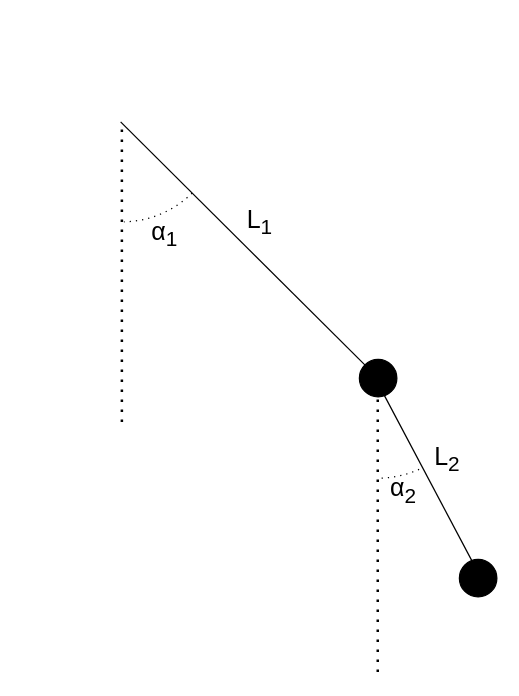
The draw.io diagram pendulum.drawio in Inky19/double-pendulum, before the edit. Source tidied: cells renumbered, new cells numbered last; positions are measured from the earlier drawing's top-left corner, leaving out a move shared by most shapes. Both pictures are drawn from the tidied source at 125%, with x=0, y=0 at pixel (21, 21).
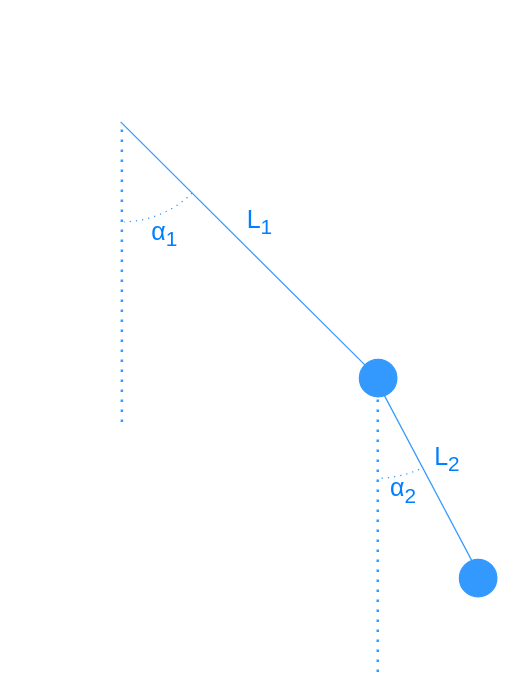
The same diagram, later.

The edit, as a diff of the source:
```diff
@@
 <mxGraphModel>
   <root>
     <mxCell id="0" />
     <mxCell id="1" parent="0" />
-    <mxCell id="2" style="endArrow=none;html=1;" parent="1" edge="1">
+    <mxCell id="2" style="endArrow=none;html=1;strokeColor=#3399FF;" parent="1" edge="1">
       <mxGeometry relative="1" as="geometry">
         <mxPoint x="280" y="280" as="sourcePoint" />
         <mxPoint x="79" y="80" as="targetPoint" />
       </mxGeometry>
     </mxCell>
-    <mxCell id="3" style="ellipse;whiteSpace=wrap;html=1;fillColor=#000000;" parent="1" vertex="1">
+    <mxCell id="3" style="ellipse;whiteSpace=wrap;html=1;fillColor=#3399FF;strokeColor=#3399FF;" parent="1" vertex="1">
       <mxGeometry x="270" y="270" width="30" height="30" as="geometry" />
     </mxCell>
-    <mxCell id="4" style="endArrow=none;dashed=1;html=1;dashPattern=1 3;strokeWidth=2;" parent="1" edge="1">
+    <mxCell id="4" style="endArrow=none;dashed=1;html=1;dashPattern=1 3;strokeWidth=2;strokeColor=#3399FF;" parent="1" edge="1">
       <mxGeometry relative="1" as="geometry">
         <mxPoint x="80" y="320" as="sourcePoint" />
         <mxPoint x="80" y="80" as="targetPoint" />
       </mxGeometry>
     </mxCell>
-    <mxCell id="5" style="verticalLabelPosition=bottom;verticalAlign=top;html=1;shape=mxgraph.basic.arc;startAngle=0.37614497983722867;endAngle=0.49675239075581273;fillColor=#FFFFFF;dashed=1;dashPattern=1 4;" parent="1" vertex="1">
+    <mxCell id="5" style="verticalLabelPosition=bottom;verticalAlign=top;html=1;shape=mxgraph.basic.arc;startAngle=0.37614497983722867;endAngle=0.49675239075581273;fillColor=#FFFFFF;dashed=1;dashPattern=1 4;strokeColor=#3399FF;" parent="1" vertex="1">
       <mxGeometry width="160" height="160" as="geometry" />
     </mxCell>
-    <mxCell id="6" value="&lt;font style=&quot;font-size: 20px&quot;&gt;α&lt;sub&gt;1&lt;/sub&gt;&lt;/font&gt;" style="text;html=1;align=center;verticalAlign=middle;strokeColor=none;fillColor=none;" parent="1" vertex="1">
+    <mxCell id="6" value="&lt;font style=&quot;font-size: 20px&quot;&gt;α&lt;sub&gt;1&lt;/sub&gt;&lt;/font&gt;" style="text;html=1;align=center;verticalAlign=middle;strokeColor=none;fillColor=none;fontColor=#007FFF;" parent="1" vertex="1">
       <mxGeometry x="94" y="155" width="40" height="30" as="geometry" />
     </mxCell>
-    <mxCell id="7" style="endArrow=none;dashed=1;html=1;dashPattern=1 3;strokeWidth=2;" parent="1" edge="1">
+    <mxCell id="7" style="endArrow=none;dashed=1;html=1;dashPattern=1 3;strokeWidth=2;strokeColor=#3399FF;" parent="1" edge="1">
       <mxGeometry relative="1" as="geometry">
         <mxPoint x="284.7" y="520" as="sourcePoint" />
         <mxPoint x="284.7" y="280" as="targetPoint" />
       </mxGeometry>
     </mxCell>
-    <mxCell id="8" style="endArrow=none;html=1;" parent="1" edge="1">
+    <mxCell id="8" style="endArrow=none;html=1;strokeColor=#3399FF;" parent="1" edge="1">
       <mxGeometry relative="1" as="geometry">
         <mxPoint x="370" y="450" as="sourcePoint" />
         <mxPoint x="280" y="280" as="targetPoint" />
       </mxGeometry>
     </mxCell>
-    <mxCell id="9" style="verticalLabelPosition=bottom;verticalAlign=top;html=1;shape=mxgraph.basic.arc;startAngle=0.43277507891344863;endAngle=0.49675239075581273;fillColor=#FFFFFF;dashed=1;dashPattern=1 4;" parent="1" vertex="1">
+    <mxCell id="9" style="verticalLabelPosition=bottom;verticalAlign=top;html=1;shape=mxgraph.basic.arc;startAngle=0.43277507891344863;endAngle=0.49675239075581273;fillColor=#FFFFFF;dashed=1;dashPattern=1 4;strokeColor=#3399FF;" parent="1" vertex="1">
       <mxGeometry x="205" y="205" width="160" height="160" as="geometry" />
     </mxCell>
-    <mxCell id="10" style="ellipse;whiteSpace=wrap;html=1;fillColor=#000000;" parent="1" vertex="1">
+    <mxCell id="10" style="ellipse;whiteSpace=wrap;html=1;fillColor=#3399FF;strokeColor=#3399FF;" parent="1" vertex="1">
       <mxGeometry x="350" y="430" width="30" height="30" as="geometry" />
     </mxCell>
-    <mxCell id="11" value="&lt;font style=&quot;font-size: 20px&quot;&gt;α&lt;sub&gt;2&lt;/sub&gt;&lt;/font&gt;" style="text;html=1;align=center;verticalAlign=middle;strokeColor=none;fillColor=none;" parent="1" vertex="1">
+    <mxCell id="11" value="&lt;font style=&quot;font-size: 20px&quot;&gt;α&lt;sub&gt;2&lt;/sub&gt;&lt;/font&gt;" style="text;html=1;align=center;verticalAlign=middle;strokeColor=none;fillColor=none;fontColor=#007FFF;" parent="1" vertex="1">
       <mxGeometry x="285" y="360" width="40" height="30" as="geometry" />
     </mxCell>
-    <mxCell id="12" value="L&lt;sub&gt;1&lt;/sub&gt;" style="text;html=1;align=center;verticalAlign=middle;strokeColor=none;fillColor=none;fontSize=20;" parent="1" vertex="1">
+    <mxCell id="12" value="L&lt;sub&gt;1&lt;/sub&gt;" style="text;html=1;align=center;verticalAlign=middle;strokeColor=none;fillColor=none;fontSize=20;fontColor=#007FFF;" parent="1" vertex="1">
       <mxGeometry x="170" y="140" width="40" height="40" as="geometry" />
     </mxCell>
-    <mxCell id="13" value="L&lt;sub&gt;2&lt;/sub&gt;" style="text;html=1;align=center;verticalAlign=middle;strokeColor=none;fillColor=none;fontSize=20;" parent="1" vertex="1">
+    <mxCell id="13" value="L&lt;sub&gt;2&lt;/sub&gt;" style="text;html=1;align=center;verticalAlign=middle;strokeColor=none;fillColor=none;fontSize=20;fontColor=#007FFF;" parent="1" vertex="1">
       <mxGeometry x="320" y="330" width="40" height="40" as="geometry" />
     </mxCell>
   </root>
 </mxGraphModel>
```
